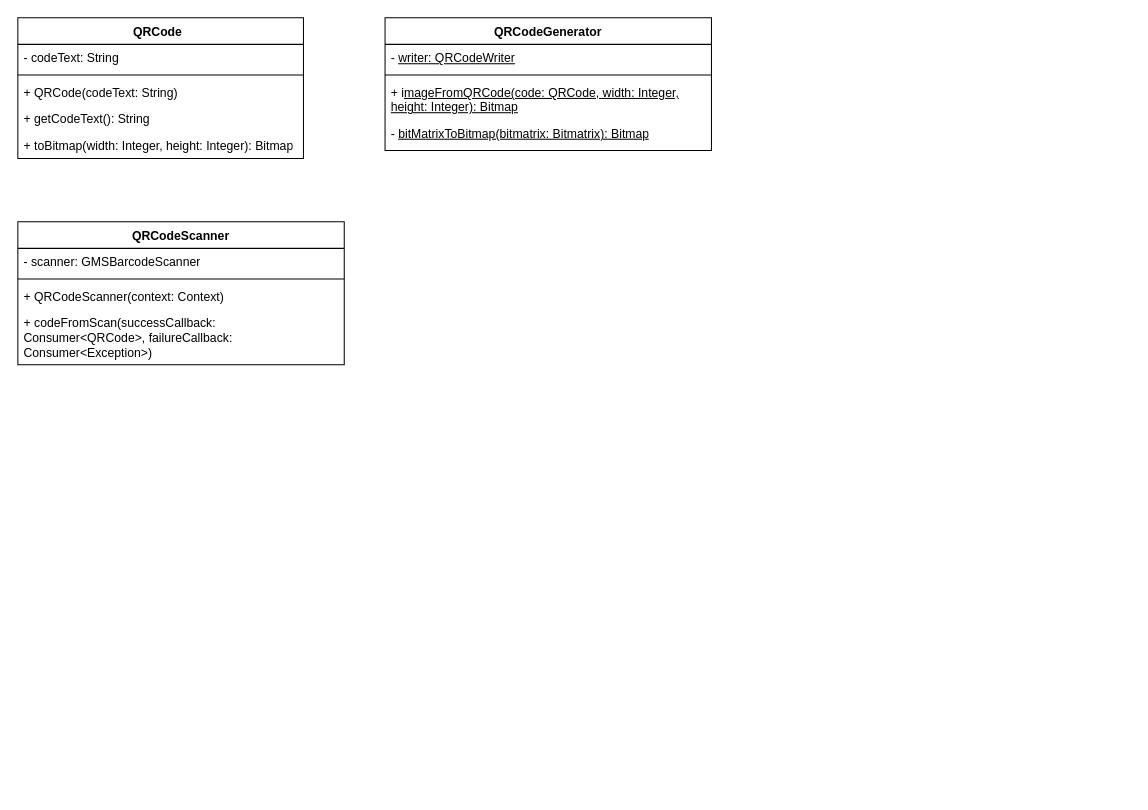
Before: design_docs/EventQR UML.drawio in CMPUT301W24T18/EventLinkQR, a draw.io diagram. Source tidied: cells renumbered, new cells numbered last; positions are measured from the earlier drawing's top-left corner, leaving out a move shared by most shapes. Both pictures are drawn from the tidied source at 102%, with x=0, y=0 at pixel (17, 17).
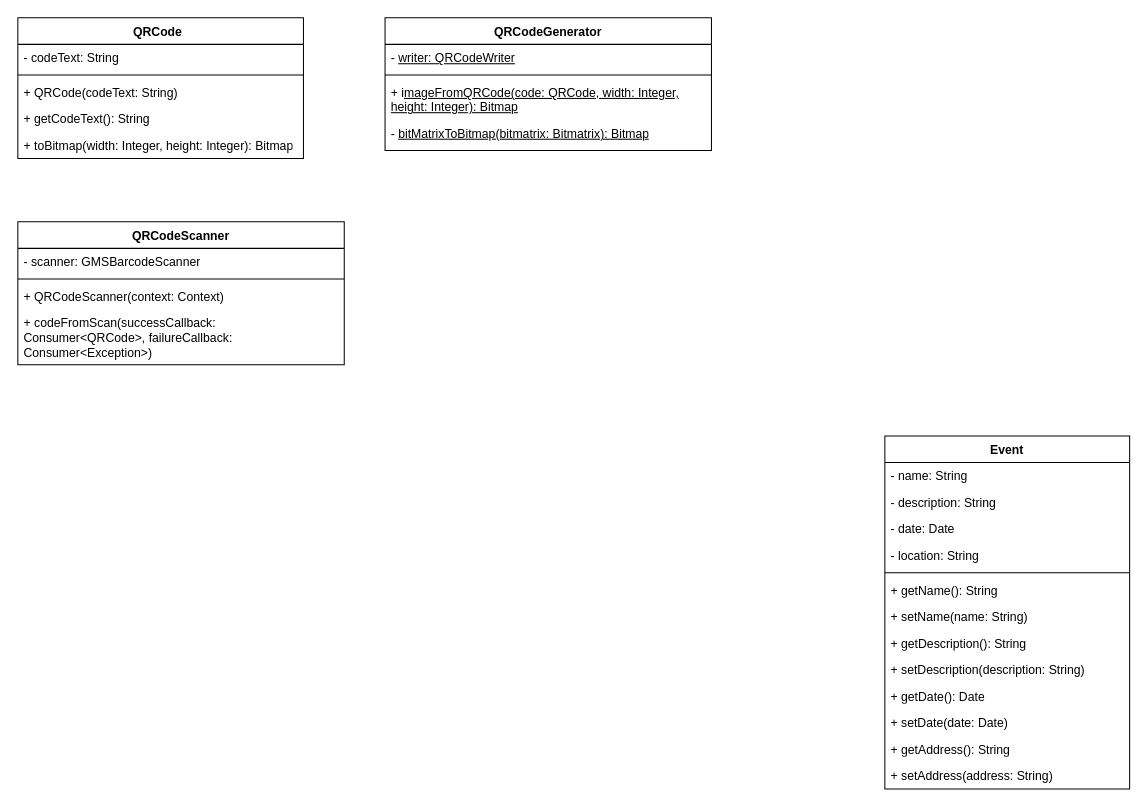
After the change.

What changed in the source:
```diff
@@
+    <mxCell id="18" value="Event" style="swimlane;fontStyle=1;align=center;verticalAlign=top;horizontal=1;startSize=26;whiteSpace=wrap;html=1;" parent="1" vertex="1">
+      <mxGeometry x="850" y="410" width="240" height="346" as="geometry" />
+    </mxCell>
+    <mxCell id="19" value="- name: String" style="text;strokeColor=none;fillColor=none;align=left;verticalAlign=top;spacingLeft=4;spacingRight=4;overflow=hidden;whiteSpace=wrap;html=1;" parent="18" vertex="1">
+      <mxGeometry y="26" width="240" height="26" as="geometry" />
+    </mxCell>
+    <mxCell id="20" value="- description: String" style="text;strokeColor=none;fillColor=none;align=left;verticalAlign=top;spacingLeft=4;spacingRight=4;overflow=hidden;whiteSpace=wrap;html=1;" parent="18" vertex="1">
+      <mxGeometry y="52" width="240" height="26" as="geometry" />
+    </mxCell>
+    <mxCell id="21" value="- date: Date" style="text;strokeColor=none;fillColor=none;align=left;verticalAlign=top;spacingLeft=4;spacingRight=4;overflow=hidden;whiteSpace=wrap;html=1;" parent="18" vertex="1">
+      <mxGeometry y="78" width="240" height="26" as="geometry" />
+    </mxCell>
+    <mxCell id="22" value="- location: String" style="text;strokeColor=none;fillColor=none;align=left;verticalAlign=top;spacingLeft=4;spacingRight=4;overflow=hidden;whiteSpace=wrap;html=1;" parent="18" vertex="1">
+      <mxGeometry y="104" width="240" height="26" as="geometry" />
+    </mxCell>
+    <mxCell id="23" style="line;strokeWidth=1;fillColor=none;align=left;verticalAlign=middle;spacingTop=-1;spacingLeft=3;spacingRight=3;labelPosition=right;strokeColor=inherit;" parent="18" vertex="1">
+      <mxGeometry y="130" width="240" height="8" as="geometry" />
+    </mxCell>
+    <mxCell id="24" value="+ getName(): String" style="text;strokeColor=none;fillColor=none;align=left;verticalAlign=top;spacingLeft=4;spacingRight=4;overflow=hidden;whiteSpace=wrap;html=1;" parent="18" vertex="1">
+      <mxGeometry y="138" width="240" height="26" as="geometry" />
+    </mxCell>
+    <mxCell id="25" value="&lt;div&gt;+ setName(name: String)&lt;/div&gt;" style="text;strokeColor=none;fillColor=none;align=left;verticalAlign=top;spacingLeft=4;spacingRight=4;overflow=hidden;whiteSpace=wrap;html=1;" parent="18" vertex="1">
+      <mxGeometry y="164" width="240" height="26" as="geometry" />
+    </mxCell>
+    <mxCell id="26" value="+ getDescription(): String" style="text;strokeColor=none;fillColor=none;align=left;verticalAlign=top;spacingLeft=4;spacingRight=4;overflow=hidden;whiteSpace=wrap;html=1;" parent="18" vertex="1">
+      <mxGeometry y="190" width="240" height="26" as="geometry" />
+    </mxCell>
+    <mxCell id="27" value="&lt;div&gt;+ setDescription(description: String)&lt;/div&gt;" style="text;strokeColor=none;fillColor=none;align=left;verticalAlign=top;spacingLeft=4;spacingRight=4;overflow=hidden;whiteSpace=wrap;html=1;" parent="18" vertex="1">
+      <mxGeometry y="216" width="240" height="26" as="geometry" />
+    </mxCell>
+    <mxCell id="28" value="&lt;div&gt;+ getDate(): Date&lt;br&gt;&lt;/div&gt;" style="text;strokeColor=none;fillColor=none;align=left;verticalAlign=top;spacingLeft=4;spacingRight=4;overflow=hidden;whiteSpace=wrap;html=1;" parent="18" vertex="1">
+      <mxGeometry y="242" width="240" height="26" as="geometry" />
+    </mxCell>
+    <mxCell id="29" value="&lt;div&gt;+ setDate(date: Date)&lt;/div&gt;" style="text;strokeColor=none;fillColor=none;align=left;verticalAlign=top;spacingLeft=4;spacingRight=4;overflow=hidden;whiteSpace=wrap;html=1;" parent="18" vertex="1">
+      <mxGeometry y="268" width="240" height="26" as="geometry" />
+    </mxCell>
+    <mxCell id="30" value="+ getAddress(): String" style="text;strokeColor=none;fillColor=none;align=left;verticalAlign=top;spacingLeft=4;spacingRight=4;overflow=hidden;whiteSpace=wrap;html=1;" parent="18" vertex="1">
+      <mxGeometry y="294" width="240" height="26" as="geometry" />
+    </mxCell>
+    <mxCell id="31" value="&lt;div&gt;+ setAddress(address: String)&lt;/div&gt;" style="text;strokeColor=none;fillColor=none;align=left;verticalAlign=top;spacingLeft=4;spacingRight=4;overflow=hidden;whiteSpace=wrap;html=1;" parent="18" vertex="1">
+      <mxGeometry y="320" width="240" height="26" as="geometry" />
+    </mxCell>
```
